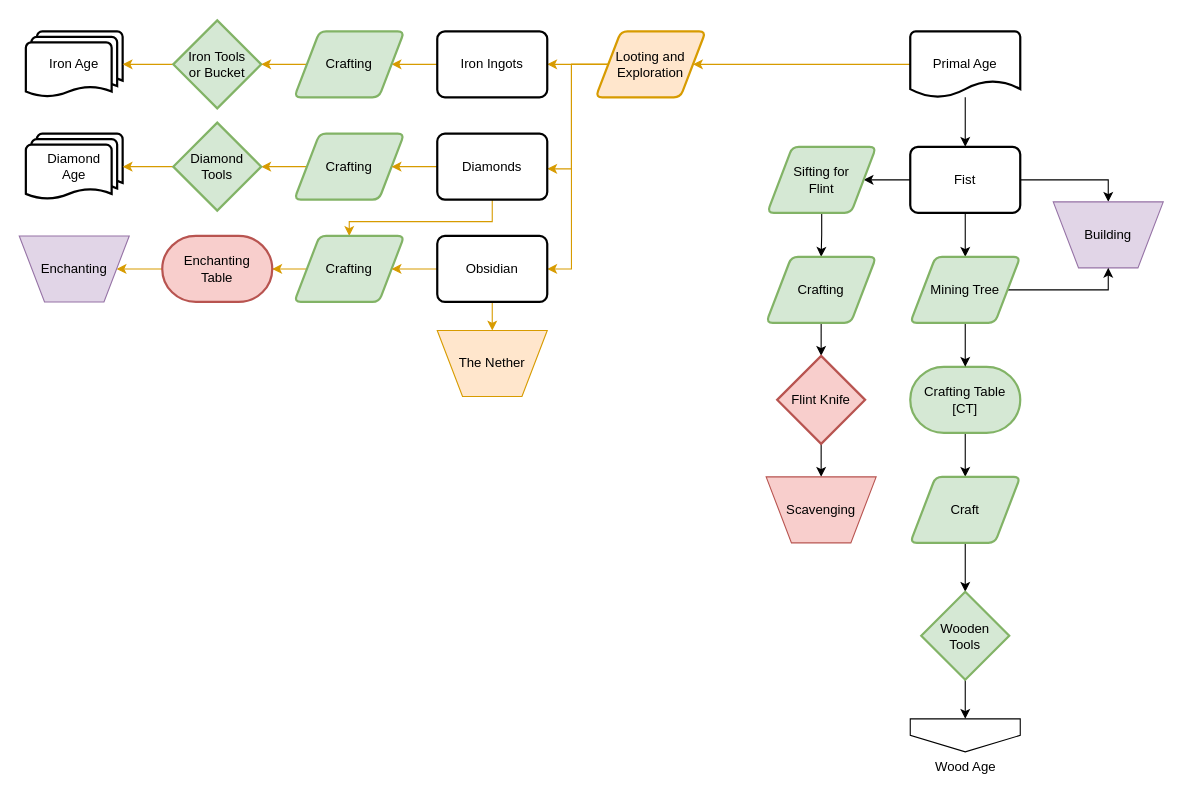
Earlier version of the draw.io diagram page "Primal Age" (3 of 8) of flowcharts/progression.drawio (MeepishRealms/Cog). Source tidied: cells renumbered, new cells numbered last; positions are measured from the earlier drawing's top-left corner, leaving out a move shared by most shapes. Both pictures are drawn from the tidied source at 110%, with x=0, y=0 at pixel (19, 20).
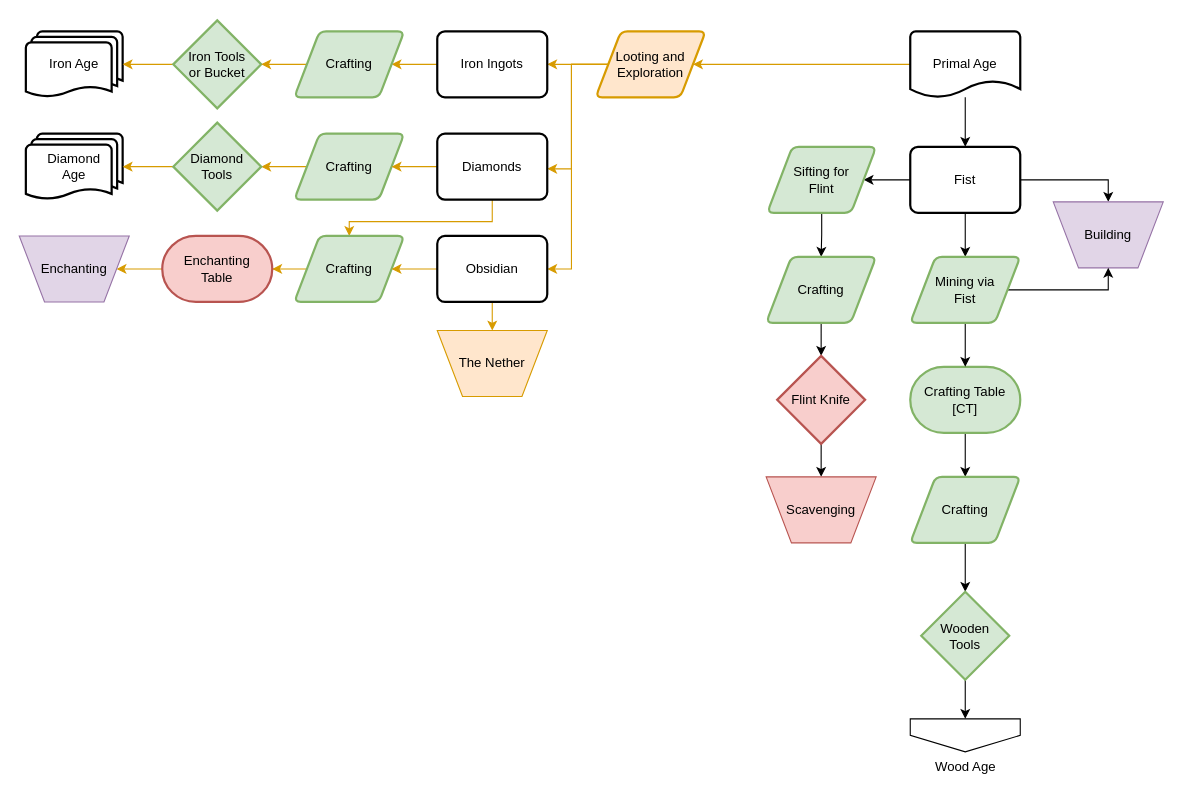
After the change.

Change to the diagram source:
```diff
@@
-    <mxCell id="15" value="Mining Tree" style="shape=parallelogram;html=1;strokeWidth=2;perimeter=parallelogramPerimeter;whiteSpace=wrap;rounded=1;arcSize=12;size=0.23;fillColor=#d5e8d4;strokeColor=#82b366;" parent="1" vertex="1">
+    <mxCell id="15" value="Mining via&lt;br&gt;Fist" style="shape=parallelogram;html=1;strokeWidth=2;perimeter=parallelogramPerimeter;whiteSpace=wrap;rounded=1;arcSize=12;size=0.23;fillColor=#d5e8d4;strokeColor=#82b366;" parent="1" vertex="1">
       <mxGeometry x="810" y="215" width="100" height="60" as="geometry" />
     </mxCell>
@@
-    <mxCell id="17" value="Craft" style="shape=parallelogram;html=1;strokeWidth=2;perimeter=parallelogramPerimeter;whiteSpace=wrap;rounded=1;arcSize=12;size=0.23;fillColor=#d5e8d4;strokeColor=#82b366;" parent="1" vertex="1">
+    <mxCell id="17" value="Crafting" style="shape=parallelogram;html=1;strokeWidth=2;perimeter=parallelogramPerimeter;whiteSpace=wrap;rounded=1;arcSize=12;size=0.23;fillColor=#d5e8d4;strokeColor=#82b366;" parent="1" vertex="1">
       <mxGeometry x="810" y="415" width="100" height="60" as="geometry" />
     </mxCell>
```
